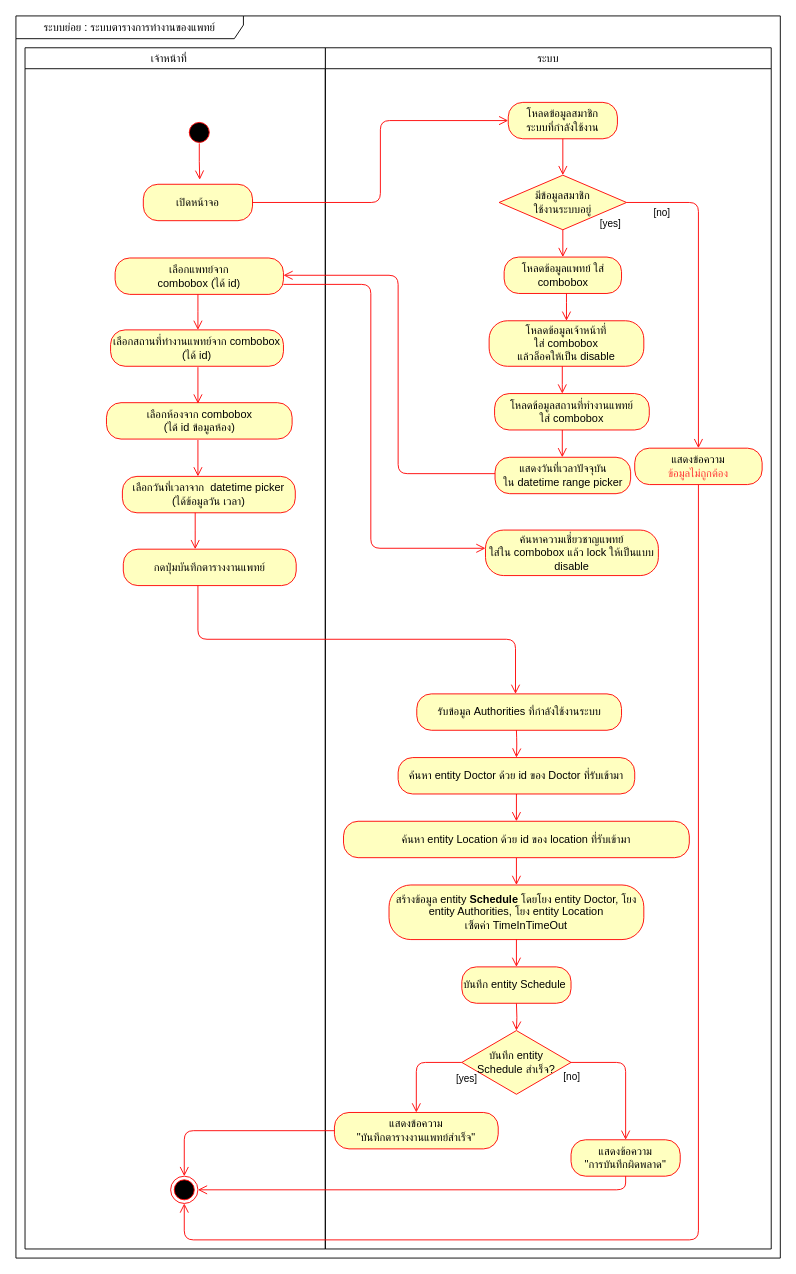
This is page "activity-2" (6 of 10) of ระบบนัดหมาย.drawio from nunpromporn/DoctorSchedule, a draw.io file, before an edit. Source tidied: cells renumbered, new cells numbered last; positions are measured from the earlier drawing's top-left corner, leaving out a move shared by most shapes. Both pictures are drawn from the tidied source at 91%, with x=0, y=0 at pixel (15, 15).
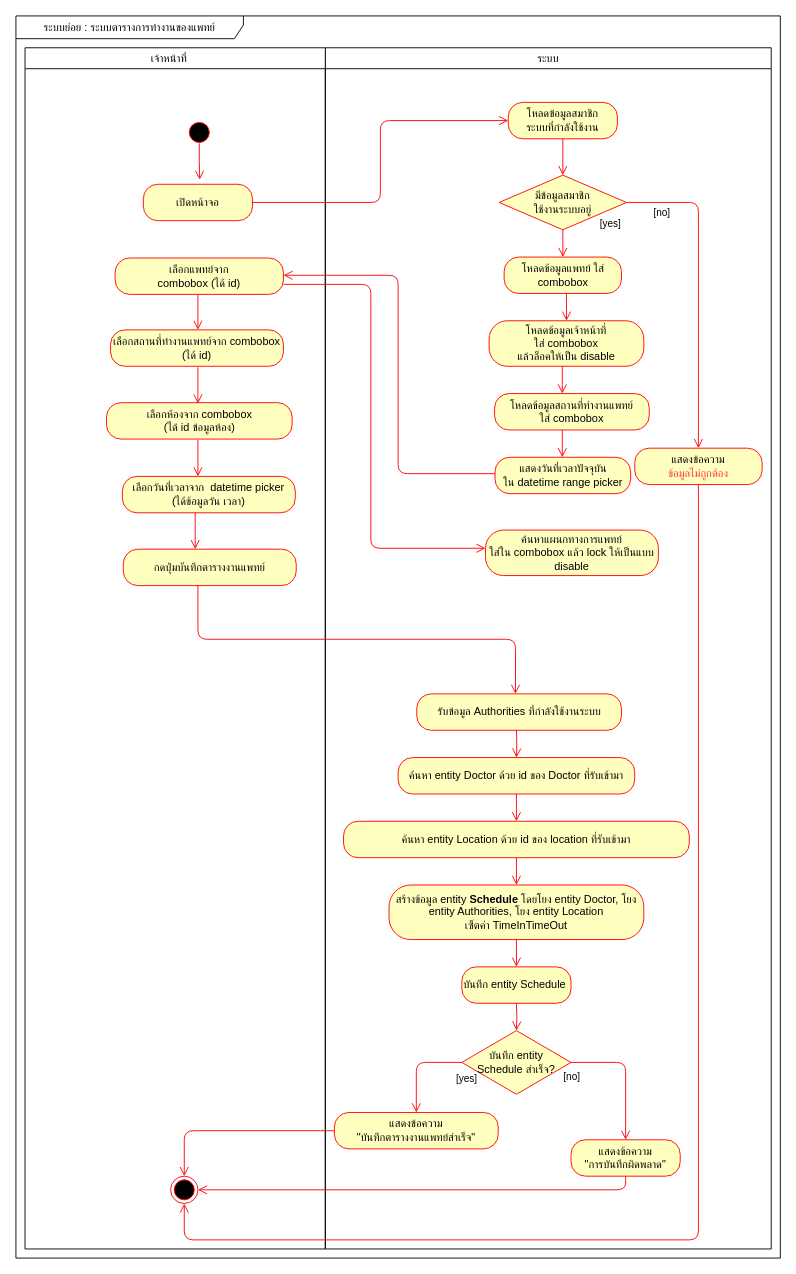
The same diagram, later.

Unchanged cells that the change refers to:
```xml
<mxCell id="3" value="ระบบ" style="swimlane;fontStyle=0;" parent="1" vertex="1">
  <mxGeometry x="340" y="35" width="490" height="1320" as="geometry" />
</mxCell>
```

Change to the diagram source:
```diff
@@
-    <mxCell id="24" value="ค้นหาความเชี่ยวชาญแพทย์&lt;br&gt;ใส่ใน combobox แล้ว lock ให้เป็นแบบ disable" style="rounded=1;whiteSpace=wrap;html=1;arcSize=40;fontColor=#000000;fillColor=#ffffc0;strokeColor=#ff0000;" parent="3" vertex="1">
+    <mxCell id="24" value="ค้นหาแผนกทางการแพทย์&lt;br&gt;ใส่ใน combobox แล้ว lock ให้เป็นแบบ disable" style="rounded=1;whiteSpace=wrap;html=1;arcSize=40;fontColor=#000000;fillColor=#ffffc0;strokeColor=#ff0000;" parent="3" vertex="1">
       <mxGeometry x="176" y="530" width="190" height="50" as="geometry" />
     </mxCell>
```
